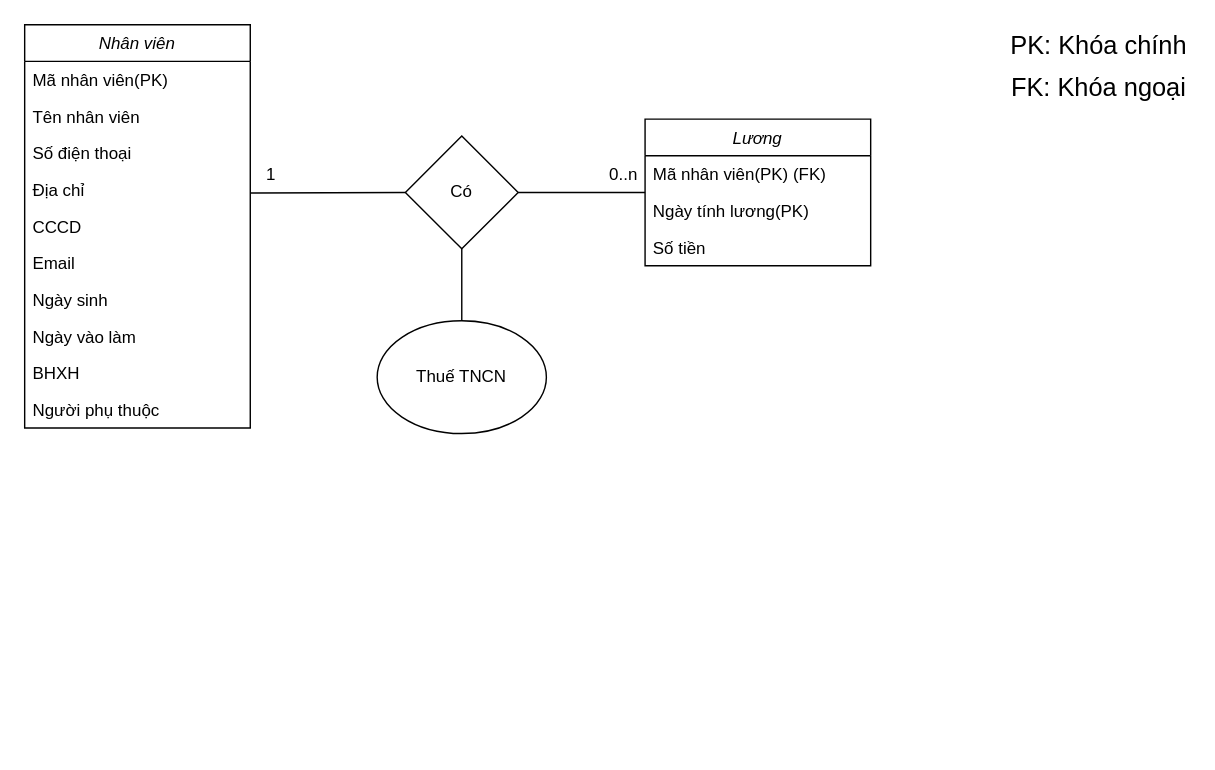
This is ThueTNCN.drawio from Black-Cloud-2301/diagram, a draw.io file, before an edit. Source tidied: cells renumbered, new cells numbered last; positions are measured from the earlier drawing's top-left corner, leaving out a move shared by most shapes. Both pictures are drawn from the tidied source at 141%, with x=0, y=0 at pixel (24, 24).
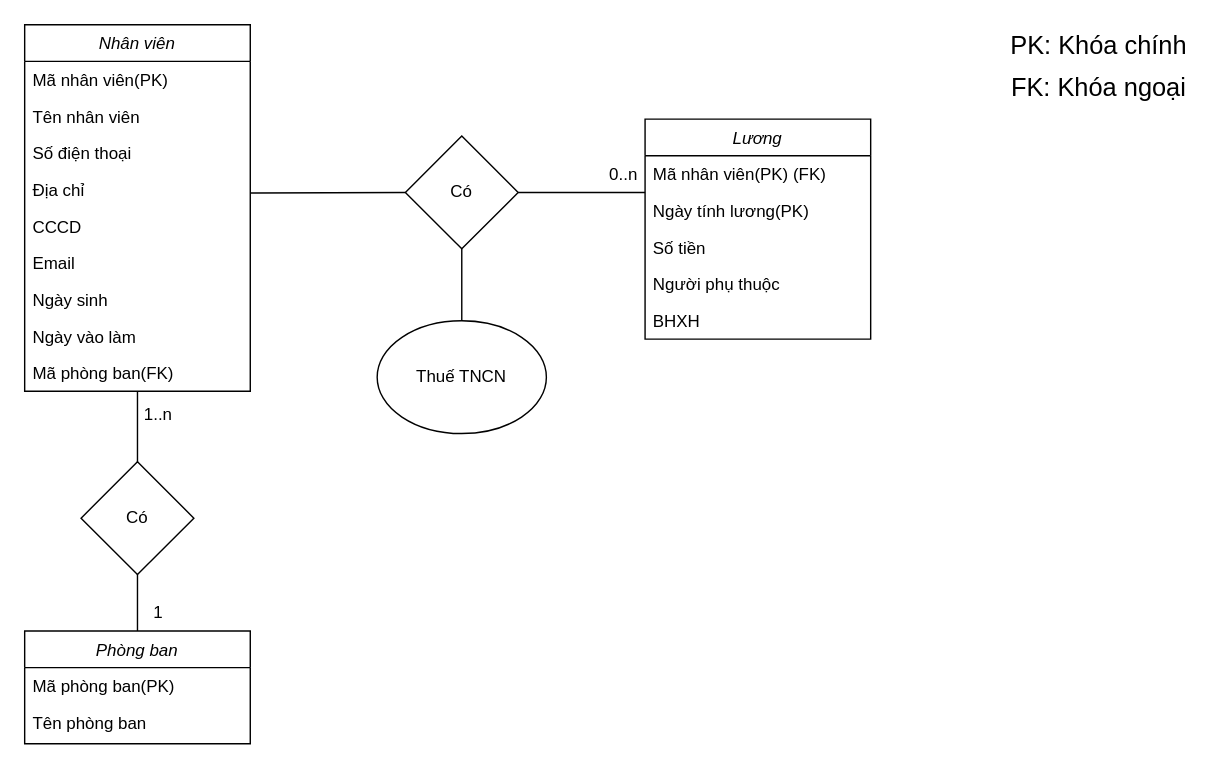
The same page after the edit.

Diff of the diagram source:
```diff
@@
     <mxCell id="2" value="Nhân viên" style="swimlane;fontStyle=2;align=center;verticalAlign=top;horizontal=1;startSize=26;rounded=0;shadow=0;strokeWidth=1;" parent="1" vertex="1">
-      <mxGeometry width="160" height="286" as="geometry" />
+      <mxGeometry width="160" height="260" as="geometry" />
     </mxCell>
@@
-    <mxCell id="11" value="BHXH" style="text;align=left;verticalAlign=top;spacingLeft=4;spacingRight=4;overflow=hidden;" parent="2" vertex="1">
-      <mxGeometry y="234" width="160" height="26" as="geometry" />
-    </mxCell>
-    <mxCell id="12" value="Người phụ thuộc" style="text;align=left;verticalAlign=top;spacingLeft=4;spacingRight=4;overflow=hidden;" parent="2" vertex="1">
-      <mxGeometry y="260" width="160" height="26" as="geometry" />
-    </mxCell>
+    <mxCell id="26" value="Mã phòng ban(FK)" style="text;align=left;verticalAlign=top;spacingLeft=4;spacingRight=4;overflow=hidden;points=[[0,0.5],[1,0.5]];portConstraint=eastwest;" parent="2" vertex="1">
+      <mxGeometry y="234" width="160" height="26" as="geometry" />
+    </mxCell>
     <mxCell id="13" value="Lương" style="swimlane;fontStyle=2;align=center;verticalAlign=top;horizontal=1;startSize=26;rounded=0;shadow=0;strokeWidth=1;" parent="1" vertex="1">
-      <mxGeometry x="440" y="67" width="160" height="104" as="geometry" />
+      <mxGeometry x="440" y="67" width="160" height="156" as="geometry" />
     </mxCell>
@@
+    <mxCell id="12" value="Người phụ thuộc" style="text;align=left;verticalAlign=top;spacingLeft=4;spacingRight=4;overflow=hidden;" parent="13" vertex="1">
+      <mxGeometry y="104" width="160" height="26" as="geometry" />
+    </mxCell>
+    <mxCell id="11" value="BHXH" style="text;align=left;verticalAlign=top;spacingLeft=4;spacingRight=4;overflow=hidden;" parent="13" vertex="1">
+      <mxGeometry y="130" width="160" height="26" as="geometry" />
+    </mxCell>
@@
     <mxCell id="19" value="&lt;font style=&quot;font-size: 12px&quot;&gt;1&lt;/font&gt;" style="text;html=1;strokeColor=none;fillColor=none;align=center;verticalAlign=middle;whiteSpace=wrap;rounded=0;fontSize=18;" parent="1" vertex="1">
-      <mxGeometry x="160" y="90" width="30" height="30" as="geometry" />
+      <mxGeometry x="80" y="400" width="30" height="30" as="geometry" />
     </mxCell>
@@
+    <mxCell id="27" value="Phòng ban" style="swimlane;fontStyle=2;align=center;verticalAlign=top;horizontal=1;startSize=26;rounded=0;shadow=0;strokeWidth=1;" parent="1" vertex="1">
+      <mxGeometry y="430" width="160" height="80" as="geometry" />
+    </mxCell>
+    <mxCell id="28" value="Mã phòng ban(PK)" style="text;align=left;verticalAlign=top;spacingLeft=4;spacingRight=4;overflow=hidden;" parent="27" vertex="1">
+      <mxGeometry y="26" width="160" height="26" as="geometry" />
+    </mxCell>
+    <mxCell id="29" value="Tên phòng ban" style="text;align=left;verticalAlign=top;spacingLeft=4;spacingRight=4;overflow=hidden;rounded=0;shadow=0;html=0;" parent="27" vertex="1">
+      <mxGeometry y="52" width="160" height="26" as="geometry" />
+    </mxCell>
+    <mxCell id="30" style="endArrow=none;html=1;rounded=0;exitX=0.5;exitY=0;exitDx=0;exitDy=0;" parent="1" edge="1" source="27" target="26">
+      <mxGeometry relative="1" as="geometry" />
+    </mxCell>
+    <mxCell id="31" value="Có" style="rhombus;whiteSpace=wrap;html=1;fontSize=12;" parent="1" vertex="1">
+      <mxGeometry x="40" y="310" width="80" height="80" as="geometry" />
+    </mxCell>
+    <mxCell id="32" value="&lt;span style=&quot;font-size: 12px&quot;&gt;1..n&lt;/span&gt;" style="text;html=1;strokeColor=none;fillColor=none;align=center;verticalAlign=middle;whiteSpace=wrap;rounded=0;fontSize=18;" parent="1" vertex="1">
+      <mxGeometry x="80" y="260" width="30" height="30" as="geometry" />
+    </mxCell>
```
